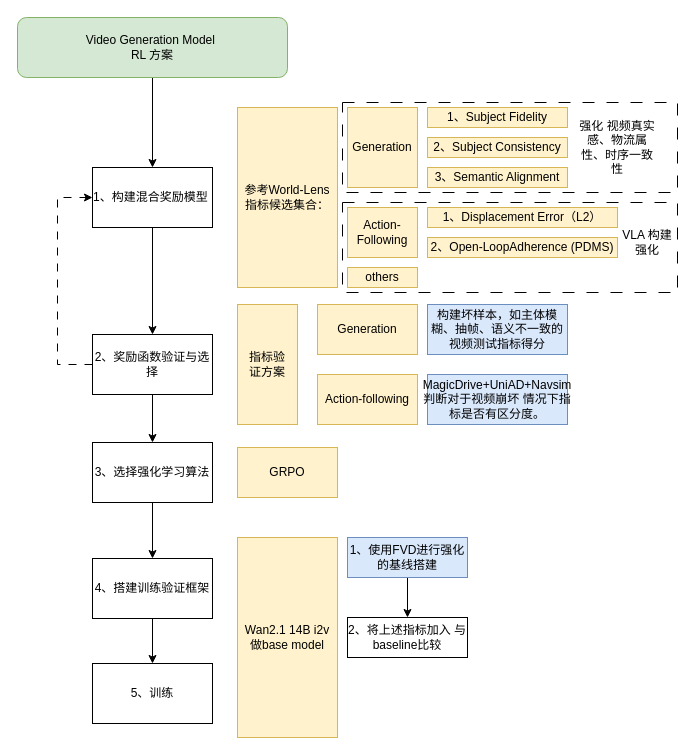
Earlier version of the draw.io diagram 未命名绘图.drawio (NinoNeumann/drawio_projects). Source tidied: cells renumbered, new cells numbered last; positions are measured from the earlier drawing's top-left corner, leaving out a move shared by most shapes. Both pictures are drawn from the tidied source at 100%, with x=0, y=0 at pixel (17, 17).
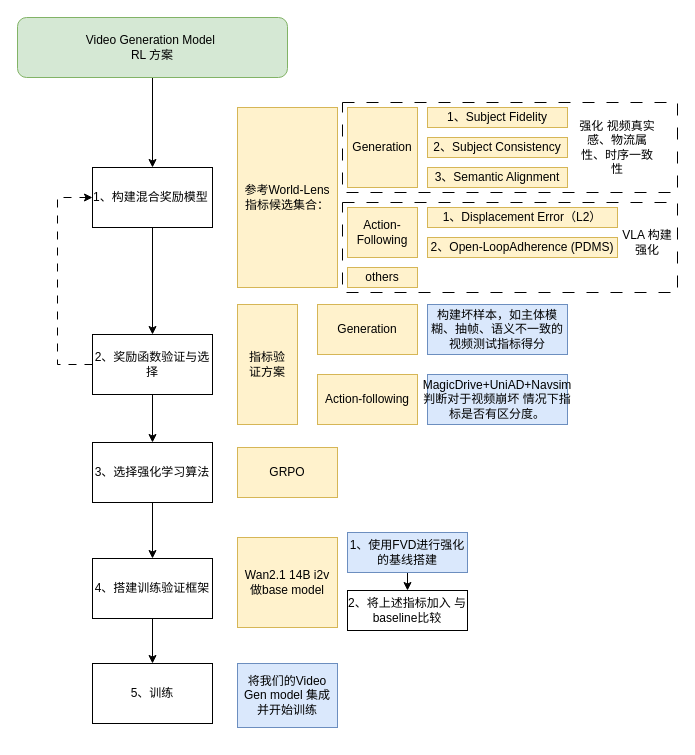
The same diagram, later.

Diff of the diagram source:
```diff
@@
     <mxCell id="32" value="Wan2.1 14B i2v&lt;div&gt;做base model&lt;/div&gt;" style="rounded=0;whiteSpace=wrap;html=1;fillColor=#fff2cc;strokeColor=#d6b656;" parent="1" vertex="1">
-      <mxGeometry x="220" y="520" width="100" height="200" as="geometry" />
+      <mxGeometry x="220" y="520" width="100" height="90" as="geometry" />
     </mxCell>
@@
     <mxCell id="36" value="1、使用FVD进行强化的基线搭建" style="rounded=0;whiteSpace=wrap;html=1;fillColor=#dae8fc;strokeColor=#6c8ebf;" parent="1" vertex="1">
-      <mxGeometry x="330" y="520" width="120" height="40" as="geometry" />
+      <mxGeometry x="330" y="515" width="120" height="40" as="geometry" />
     </mxCell>
     <mxCell id="37" value="2、将上述指标加入 与baseline比较" style="rounded=0;whiteSpace=wrap;html=1;" parent="1" vertex="1">
-      <mxGeometry x="330" y="600" width="120" height="40" as="geometry" />
+      <mxGeometry x="330" y="573" width="120" height="40" as="geometry" />
     </mxCell>
+    <mxCell id="38" value="将我们的Video Gen model 集成并开始训练" style="rounded=0;whiteSpace=wrap;html=1;fillColor=#dae8fc;strokeColor=#6c8ebf;" parent="1" vertex="1">
+      <mxGeometry x="220" y="646" width="100" height="64" as="geometry" />
+    </mxCell>
```
